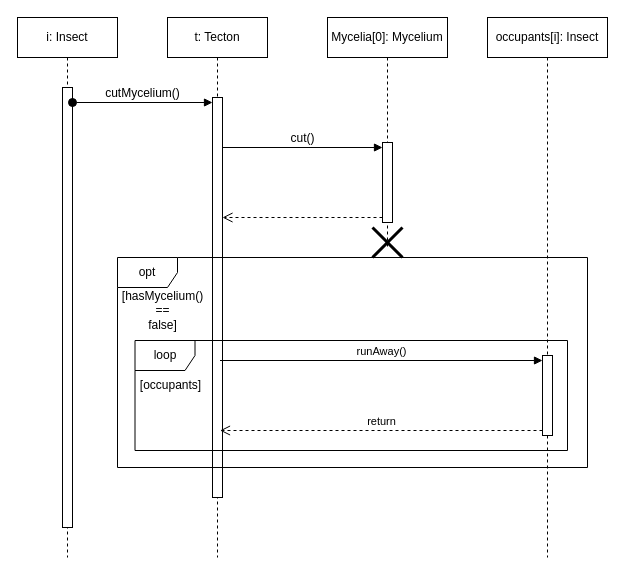
koharzsombor/bandITs keeps this draw.io diagram as page "InsectCut" (10 of 12) of 5_szkeleton_terv/Szekvencia_Diagrammok.drawio. Above is the earlier version. Source tidied: cells renumbered, new cells numbered last; positions are measured from the earlier drawing's top-left corner, leaving out a move shared by most shapes. Both pictures are drawn from the tidied source at 100%, with x=0, y=0 at pixel (17, 17).
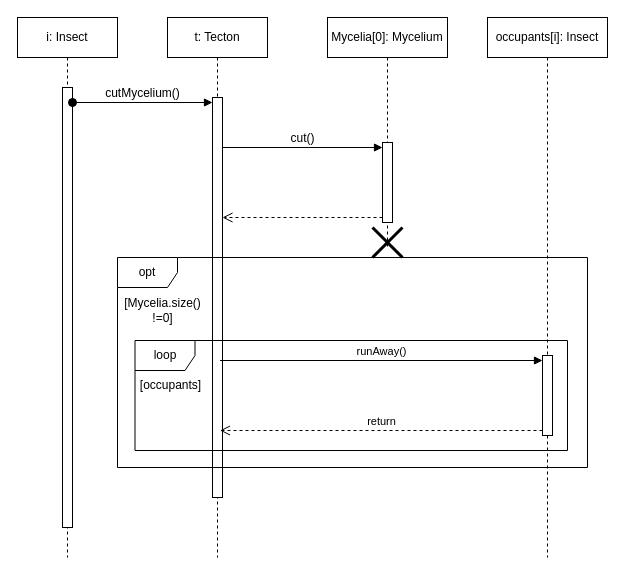
After the change.

The edit, as a diff of the source:
```diff
@@
-    <mxCell id="19" value="[hasMycelium()&lt;div&gt;==&lt;div&gt;false]&lt;/div&gt;&lt;/div&gt;" style="text;html=1;align=center;verticalAlign=middle;strokeColor=none;fillColor=none;" parent="1" vertex="1">
-      <mxGeometry x="95" y="263" width="100" height="60" as="geometry" />
+    <mxCell id="19" value="[Mycelia.size()&lt;div&gt;!=0&lt;span style=&quot;background-color: transparent; color: light-dark(rgb(0, 0, 0), rgb(255, 255, 255));&quot;&gt;]&lt;/span&gt;&lt;/div&gt;" style="text;html=1;align=center;verticalAlign=middle;strokeColor=none;fillColor=none;" parent="1" vertex="1">
+      <mxGeometry x="95" y="273" width="100" height="40" as="geometry" />
     </mxCell>
```
